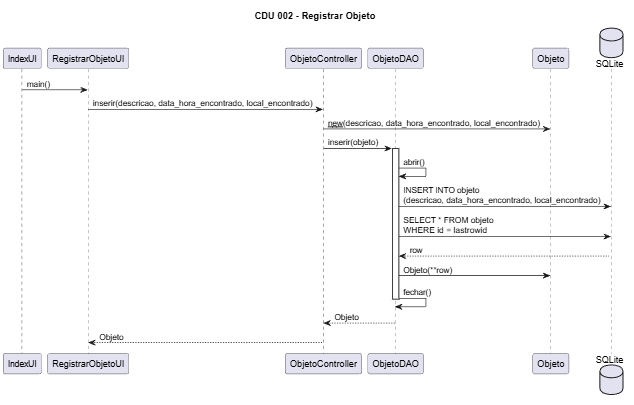
Earlier version of the PlantUML export diagramas/imagens/diagramas_de_sequencia/cdu_002.png (B1EL124/Projeto-QSEVA). Its source is kept beside it as diagramas/plantUML/diagramas_de_sequencia/cdu_002.puml. Source of this version:
```plantuml
@startuml cdu_002_registrar_objeto
title CDU 002 - Registrar Objeto

participant IndexUI
participant RegistrarObjetoUI
participant ObjetoController
participant ObjetoDAO
participant Objeto
database SQLite

IndexUI -> RegistrarObjetoUI: main()

RegistrarObjetoUI -> ObjetoController: inserir(descricao, data_hora_encontrado, local_encontrado)

ObjetoController -> Objeto: __new__(descricao, data_hora_encontrado, local_encontrado)

ObjetoController -> ObjetoDAO: inserir(objeto)

activate ObjetoDAO
ObjetoDAO -> ObjetoDAO: abrir()
ObjetoDAO -> SQLite: INSERT INTO objeto\n(descricao, data_hora_encontrado, local_encontrado)
ObjetoDAO -> SQLite: SELECT * FROM objeto\nWHERE id = lastrowid
SQLite --> ObjetoDAO: row
ObjetoDAO -> Objeto: Objeto(**row)
ObjetoDAO -> ObjetoDAO: fechar()
deactivate ObjetoDAO

ObjetoDAO --> ObjetoController: Objeto
ObjetoController --> RegistrarObjetoUI: Objeto

@enduml
```
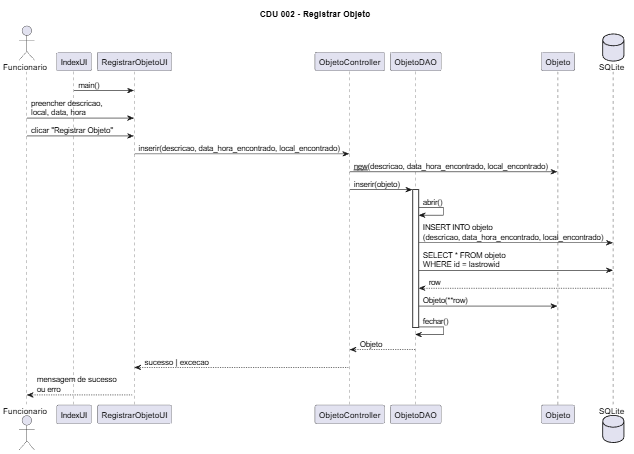
After the commit.

Diff of the diagram source:
```diff
@@ -1,5 +1,7 @@
-@startuml cdu_002_registrar_objeto
+@startuml cdu_002_registrar_objet0
 title CDU 002 - Registrar Objeto
+
+actor Funcionario
 
 participant IndexUI
 participant RegistrarObjetoUI
@@ -9,6 +11,9 @@
 database SQLite
 
 IndexUI -> RegistrarObjetoUI: main()
+
+Funcionario -> RegistrarObjetoUI: preencher descricao,\nlocal, data, hora
+Funcionario -> RegistrarObjetoUI: clicar "Registrar Objeto"
 
 RegistrarObjetoUI -> ObjetoController: inserir(descricao, data_hora_encontrado, local_encontrado)
 
@@ -26,6 +31,7 @@
 deactivate ObjetoDAO
 
 ObjetoDAO --> ObjetoController: Objeto
-ObjetoController --> RegistrarObjetoUI: Objeto
+ObjetoController --> RegistrarObjetoUI: sucesso | excecao
+RegistrarObjetoUI --> Funcionario: mensagem de sucesso\nou erro
 
 @enduml
```
